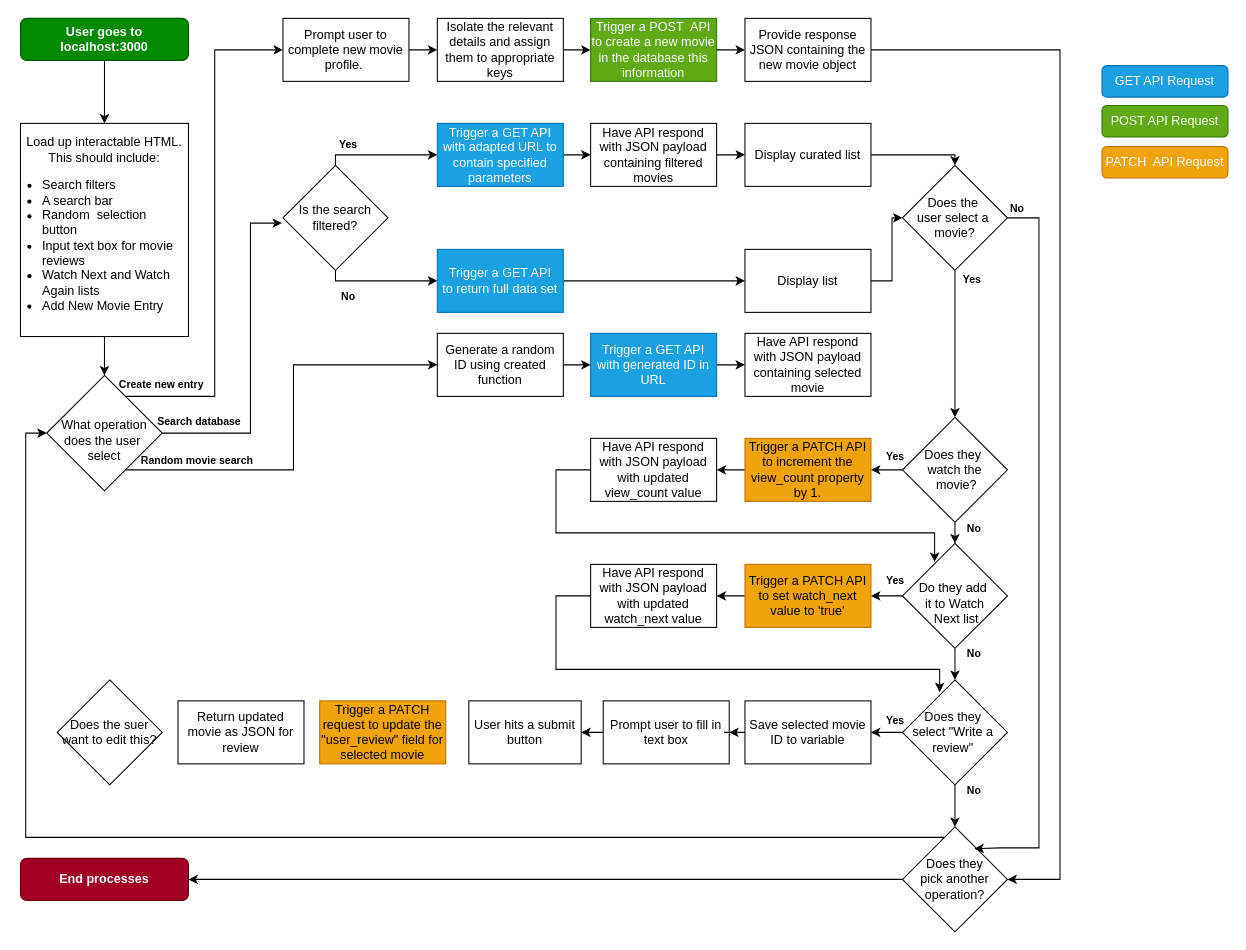
Earlier version of the draw.io diagram planning_docs/MVP Flow Chart.drawio (SchoolOfCode/week-4-rest-api-hackathon-bc18-room-9). Source tidied: cells renumbered, new cells numbered last; positions are measured from the earlier drawing's top-left corner, leaving out a move shared by most shapes. Both pictures are drawn from the tidied source at 105%, with x=0, y=0 at pixel (20, 18).
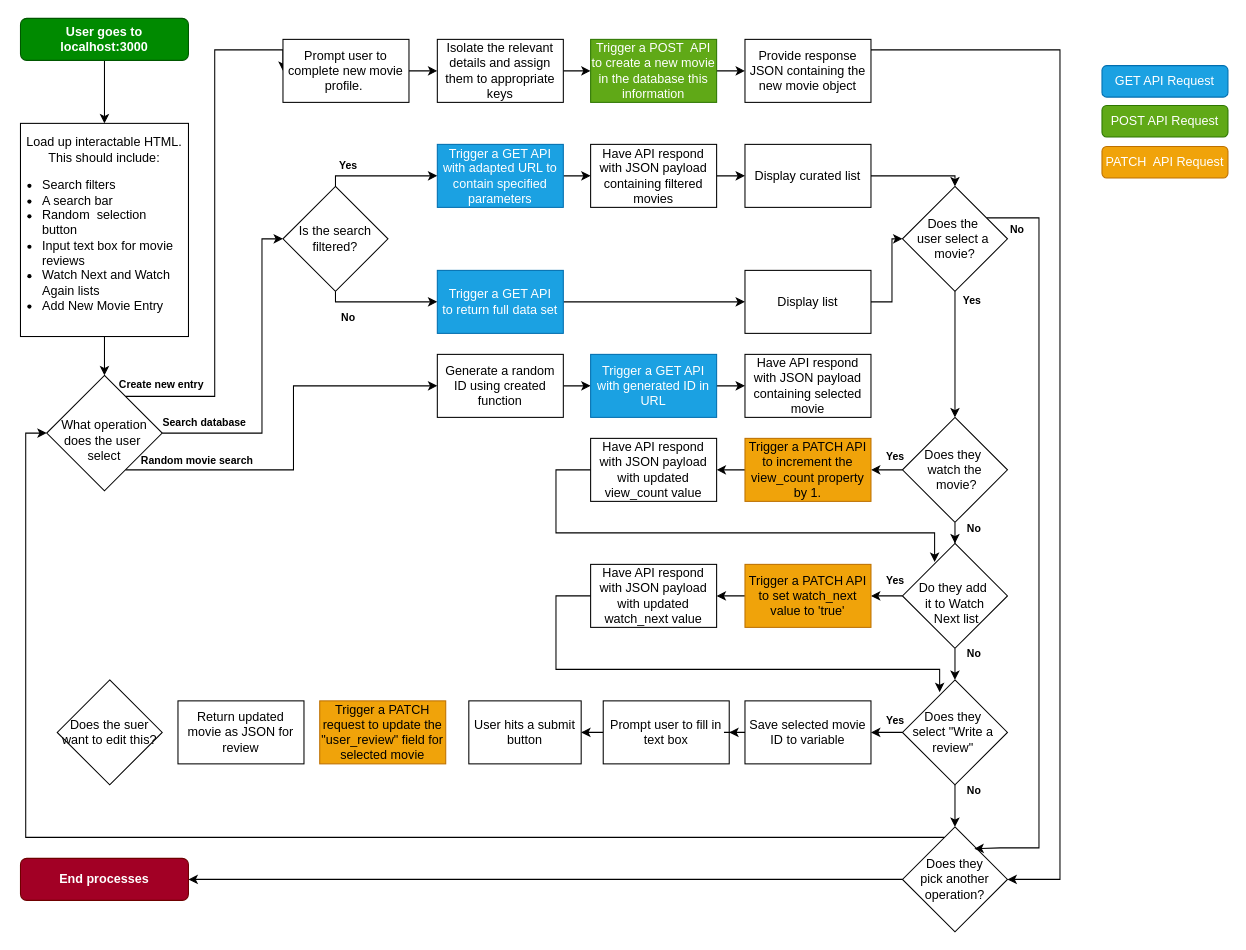
Above is the later version.

Commit message (it also covers changes not shown here):
Slight tweaks to Flow Chart

The change refers to these unchanged cells:
```xml
<mxCell id="9" value="&lt;div&gt;&lt;br&gt;&lt;/div&gt;What operation does the user&amp;nbsp;&lt;div&gt;select&lt;/div&gt;" style="rhombus;whiteSpace=wrap;html=1;" parent="1" vertex="1">
  <mxGeometry x="25" y="340" width="110" height="110" as="geometry" />
</mxCell>
```

Change to the diagram source:
```diff
@@
     <mxCell id="6" style="edgeStyle=orthogonalEdgeStyle;rounded=0;jettySize=auto;html=1;entryX=0;entryY=0.5;entryDx=0;entryDy=0;" parent="1" edge="1" source="9" target="38">
       <mxGeometry relative="1" as="geometry">
         <Array as="points">
           <mxPoint x="260" y="430" />
-          <mxPoint x="260" y="330" />
+          <mxPoint x="260" y="350" />
         </Array>
       </mxGeometry>
     </mxCell>
@@
-    <mxCell id="8" style="edgeStyle=orthogonalEdgeStyle;rounded=0;orthogonalLoop=1;jettySize=auto;html=1;entryX=0;entryY=0.5;entryDx=0;entryDy=0;" parent="1" edge="1">
-      <mxGeometry relative="1" as="geometry">
-        <mxPoint x="129" y="395" as="sourcePoint" />
-        <mxPoint x="249" y="195" as="targetPoint" />
-        <Array as="points">
-          <mxPoint x="219" y="395" />
-          <mxPoint x="219" y="195" />
-        </Array>
-      </mxGeometry>
-    </mxCell>
+    <mxCell id="84" style="edgeStyle=orthogonalEdgeStyle;rounded=0;jettySize=auto;html=1;entryX=0;entryY=0.5;entryDx=0;entryDy=0;" parent="1" edge="1" source="9" target="12">
+      <mxGeometry relative="1" as="geometry">
+        <Array as="points">
+          <mxPoint x="230" y="395" />
+          <mxPoint x="230" y="210" />
+        </Array>
+      </mxGeometry>
+    </mxCell>
@@
     <mxCell id="10" style="edgeStyle=orthogonalEdgeStyle;rounded=0;jettySize=auto;html=1;entryX=0;entryY=0.5;entryDx=0;entryDy=0;" parent="1" edge="1" source="12" target="14">
       <mxGeometry relative="1" as="geometry">
         <Array as="points">
-          <mxPoint x="300" y="130" />
+          <mxPoint x="300" y="150" />
         </Array>
       </mxGeometry>
     </mxCell>
     <mxCell id="11" style="edgeStyle=orthogonalEdgeStyle;rounded=0;jettySize=auto;html=1;entryX=0;entryY=0.5;entryDx=0;entryDy=0;" parent="1" edge="1" source="12" target="20">
       <mxGeometry relative="1" as="geometry">
         <Array as="points">
-          <mxPoint x="300" y="250" />
+          <mxPoint x="300" y="270" />
         </Array>
       </mxGeometry>
     </mxCell>
     <mxCell id="12" value="Is the search filtered?" style="rhombus;whiteSpace=wrap;html=1;" parent="1" vertex="1">
-      <mxGeometry x="250" y="140" width="100" height="100" as="geometry" />
+      <mxGeometry x="250" y="160" width="100" height="100" as="geometry" />
     </mxCell>
@@
     <mxCell id="14" value="Trigger a GET API with adapted URL to contain specified parameters" style="rounded=0;whiteSpace=wrap;html=1;fillColor=#1ba1e2;fontColor=#ffffff;strokeColor=#006EAF;" parent="1" vertex="1">
-      <mxGeometry x="397" y="100" width="120" height="60" as="geometry" />
+      <mxGeometry x="397" y="120" width="120" height="60" as="geometry" />
     </mxCell>
@@
     <mxCell id="16" value="Have API respond with JSON payload containing filtered movies" style="rounded=0;whiteSpace=wrap;html=1;" parent="1" vertex="1">
-      <mxGeometry x="543" y="100" width="120" height="60" as="geometry" />
+      <mxGeometry x="543" y="120" width="120" height="60" as="geometry" />
     </mxCell>
     <mxCell id="17" style="edgeStyle=orthogonalEdgeStyle;rounded=0;jettySize=auto;html=1;entryX=0.5;entryY=0;entryDx=0;entryDy=0;" parent="1" edge="1" source="18" target="49">
       <mxGeometry relative="1" as="geometry">
         <Array as="points">
-          <mxPoint x="890" y="130" />
+          <mxPoint x="890" y="150" />
         </Array>
       </mxGeometry>
     </mxCell>
     <mxCell id="18" value="Display curated list" style="rounded=0;whiteSpace=wrap;html=1;" parent="1" vertex="1">
-      <mxGeometry x="690" y="100" width="120" height="60" as="geometry" />
+      <mxGeometry x="690" y="120" width="120" height="60" as="geometry" />
     </mxCell>
@@
     <mxCell id="20" value="Trigger a GET API&lt;div&gt;to return full data set&lt;/div&gt;" style="rounded=0;whiteSpace=wrap;html=1;fillColor=#1ba1e2;fontColor=#ffffff;strokeColor=#006EAF;" parent="1" vertex="1">
-      <mxGeometry x="397" y="220" width="120" height="60" as="geometry" />
+      <mxGeometry x="397" y="240" width="120" height="60" as="geometry" />
     </mxCell>
     <mxCell id="21" style="edgeStyle=orthogonalEdgeStyle;rounded=0;jettySize=auto;html=1;entryX=0;entryY=0.5;entryDx=0;entryDy=0;" parent="1" edge="1" source="22" target="49">
       <mxGeometry relative="1" as="geometry">
         <Array as="points">
-          <mxPoint x="830" y="250" />
-          <mxPoint x="830" y="190" />
+          <mxPoint x="830" y="270" />
+          <mxPoint x="830" y="210" />
         </Array>
       </mxGeometry>
     </mxCell>
     <mxCell id="22" value="Display list" style="rounded=0;whiteSpace=wrap;html=1;" parent="1" vertex="1">
-      <mxGeometry x="690" y="220" width="120" height="60" as="geometry" />
+      <mxGeometry x="690" y="240" width="120" height="60" as="geometry" />
     </mxCell>
@@
     <mxCell id="38" value="Generate a random ID using created function" style="rounded=0;whiteSpace=wrap;html=1;" parent="1" vertex="1">
-      <mxGeometry x="397" y="300" width="120" height="60" as="geometry" />
+      <mxGeometry x="397" y="320" width="120" height="60" as="geometry" />
     </mxCell>
@@
     <mxCell id="40" value="Trigger a GET API with generated ID in URL" style="rounded=0;whiteSpace=wrap;html=1;fillColor=#1ba1e2;fontColor=#ffffff;strokeColor=#006EAF;" parent="1" vertex="1">
-      <mxGeometry x="543" y="300" width="120" height="60" as="geometry" />
+      <mxGeometry x="543" y="320" width="120" height="60" as="geometry" />
     </mxCell>
     <mxCell id="41" value="Have API respond with JSON payload containing selected movie" style="rounded=0;whiteSpace=wrap;html=1;" parent="1" vertex="1">
-      <mxGeometry x="690" y="300" width="120" height="60" as="geometry" />
+      <mxGeometry x="690" y="320" width="120" height="60" as="geometry" />
     </mxCell>
@@
     <mxCell id="49" value="Does the&amp;nbsp;&lt;div&gt;user select a&amp;nbsp; movie?&lt;/div&gt;" style="rhombus;whiteSpace=wrap;html=1;" parent="1" vertex="1">
-      <mxGeometry x="840" y="140" width="100" height="100" as="geometry" />
+      <mxGeometry x="840" y="160" width="100" height="100" as="geometry" />
     </mxCell>
@@
     <mxCell id="56" value="Prompt user to complete new movie profile.&amp;nbsp;" style="rounded=0;whiteSpace=wrap;html=1;" parent="1" vertex="1">
-      <mxGeometry x="250" width="120" height="60" as="geometry" />
+      <mxGeometry x="250" y="20" width="120" height="60" as="geometry" />
     </mxCell>
@@
     <mxCell id="58" value="Isolate the relevant details and assign them to appropriate keys" style="rounded=0;whiteSpace=wrap;html=1;" parent="1" vertex="1">
-      <mxGeometry x="397" width="120" height="60" as="geometry" />
+      <mxGeometry x="397" y="20" width="120" height="60" as="geometry" />
     </mxCell>
@@
     <mxCell id="60" value="Trigger a POST&amp;nbsp; API to create a new movie in the database this information" style="rounded=0;whiteSpace=wrap;html=1;fillColor=#60a917;fontColor=#ffffff;strokeColor=#2D7600;" parent="1" vertex="1">
-      <mxGeometry x="543" width="120" height="60" as="geometry" />
+      <mxGeometry x="543" y="20" width="120" height="60" as="geometry" />
     </mxCell>
@@
     <mxCell id="62" value="Provide response JSON containing the new movie object" style="rounded=0;whiteSpace=wrap;html=1;" parent="1" vertex="1">
-      <mxGeometry x="690" width="120" height="60" as="geometry" />
+      <mxGeometry x="690" y="20" width="120" height="60" as="geometry" />
     </mxCell>
@@
     <mxCell id="67" value="&lt;font style=&quot;font-size: 10px;&quot;&gt;&lt;b&gt;Search database&lt;/b&gt;&lt;/font&gt;" style="text;html=1;align=center;verticalAlign=middle;strokeColor=none;fillColor=none;" parent="1" vertex="1">
-      <mxGeometry x="120" y="369" width="100" height="30" as="geometry" />
+      <mxGeometry x="125" y="370" width="100" height="30" as="geometry" />
     </mxCell>
@@
     <mxCell id="69" value="&lt;font style=&quot;font-size: 10px;&quot;&gt;&lt;b&gt;Yes&lt;/b&gt;&lt;/font&gt;" style="text;html=1;align=center;verticalAlign=middle;strokeColor=none;fillColor=none;" parent="1" vertex="1">
-      <mxGeometry x="292" y="105" width="40" height="30" as="geometry" />
+      <mxGeometry x="292" y="125" width="40" height="30" as="geometry" />
     </mxCell>
     <mxCell id="70" value="&lt;font style=&quot;font-size: 10px;&quot;&gt;&lt;b&gt;No&lt;/b&gt;&lt;/font&gt;" style="text;html=1;align=center;verticalAlign=middle;strokeColor=none;fillColor=none;" parent="1" vertex="1">
-      <mxGeometry x="292" y="250" width="40" height="30" as="geometry" />
+      <mxGeometry x="292" y="270" width="40" height="30" as="geometry" />
     </mxCell>
     <mxCell id="71" value="&lt;b&gt;No&lt;/b&gt;" style="text;html=1;align=center;verticalAlign=middle;strokeColor=none;fillColor=none;fontSize=10;" parent="1" vertex="1">
-      <mxGeometry x="929" y="166" width="40" height="30" as="geometry" />
+      <mxGeometry x="929" y="186" width="40" height="30" as="geometry" />
     </mxCell>
     <mxCell id="72" value="&lt;b&gt;Yes&lt;/b&gt;" style="text;html=1;align=center;verticalAlign=middle;strokeColor=none;fillColor=none;fontSize=10;" parent="1" vertex="1">
-      <mxGeometry x="886" y="234" width="40" height="30" as="geometry" />
+      <mxGeometry x="886" y="254" width="40" height="30" as="geometry" />
     </mxCell>
```
